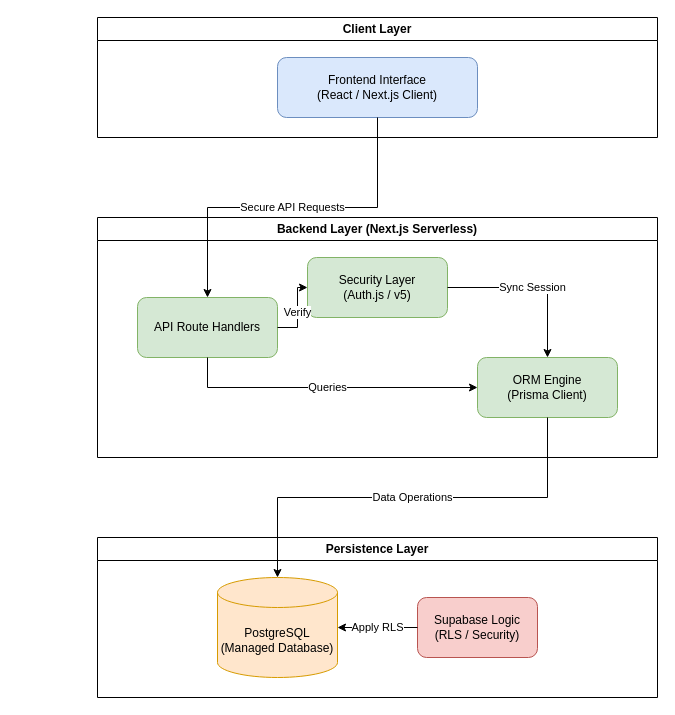
The draw.io diagram architecture.drawio in Devsebastian44/Modern-Esthete, before the edit. Source tidied: cells renumbered, new cells numbered last; positions are measured from the earlier drawing's top-left corner, leaving out a move shared by most shapes. Both pictures are drawn from the tidied source at 100%, with x=0, y=0 at pixel (97, 17).
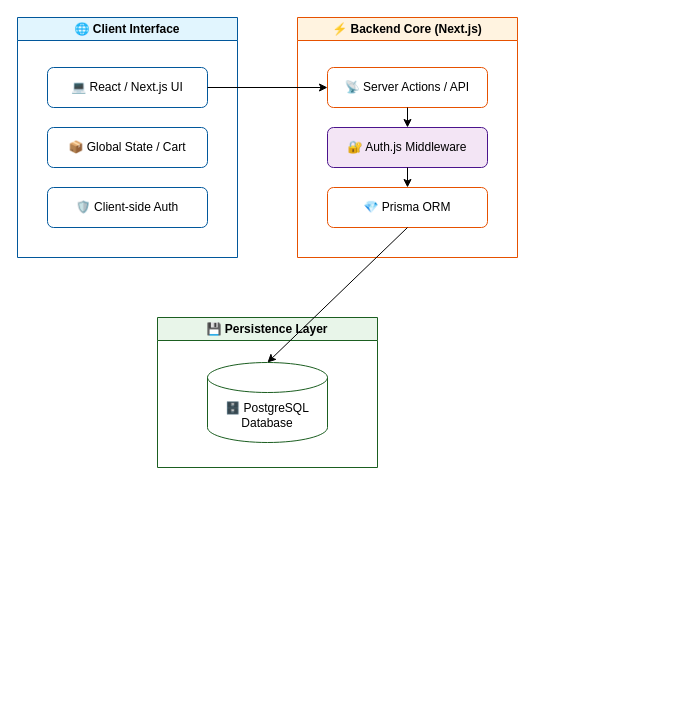
Above is the later version.

Change to the diagram source:
```diff
@@
 <mxGraphModel>
   <root>
     <mxCell id="0" />
     <mxCell id="1" parent="0" />
-    <mxCell id="2" value="Client Layer" style="swimlane;whiteSpace=wrap;html=1;fontStyle=1;startSize=23;" parent="1" vertex="1">
-      <mxGeometry width="560" height="120" as="geometry" />
-    </mxCell>
+    <mxCell id="17" value="🌐 Client Interface" style="swimlane;whiteSpace=wrap;html=1;fillColor=#e1f5fe;strokeColor=#01579b;startSize=23;" parent="1" vertex="1">
+      <mxGeometry x="-80" width="220" height="240" as="geometry" />
+    </mxCell>
-    <mxCell id="3" value="Frontend Interface&lt;br&gt;(React / Next.js Client)" style="rounded=1;whiteSpace=wrap;html=1;fillColor=#dae8fc;strokeColor=#6c8ebf;" parent="2" vertex="1">
-      <mxGeometry x="180" y="40" width="200" height="60" as="geometry" />
+    <mxCell id="3" value="💻 React / Next.js UI" style="rounded=1;whiteSpace=wrap;html=1;fillColor=#ffffff;strokeColor=#01579b;" parent="17" vertex="1">
+      <mxGeometry x="30" y="50" width="160" height="40" as="geometry" />
     </mxCell>
-    <mxCell id="4" value="Backend Layer (Next.js Serverless)" style="swimlane;whiteSpace=wrap;html=1;fontStyle=1;startSize=23;" parent="1" vertex="1">
-      <mxGeometry y="200" width="560" height="240" as="geometry" />
-    </mxCell>
+    <mxCell id="18" value="📦 Global State / Cart" style="rounded=1;whiteSpace=wrap;html=1;fillColor=#ffffff;strokeColor=#01579b;" parent="17" vertex="1">
+      <mxGeometry x="30" y="110" width="160" height="40" as="geometry" />
+    </mxCell>
+    <mxCell id="19" value="🛡️ Client-side Auth" style="rounded=1;whiteSpace=wrap;html=1;fillColor=#ffffff;strokeColor=#01579b;" parent="17" vertex="1">
+      <mxGeometry x="30" y="170" width="160" height="40" as="geometry" />
+    </mxCell>
+    <mxCell id="20" value="⚡ Backend Core (Next.js)" style="swimlane;whiteSpace=wrap;html=1;fillColor=#fff3e0;strokeColor=#e65100;" parent="1" vertex="1">
+      <mxGeometry x="200" width="220" height="240" as="geometry" />
+    </mxCell>
-    <mxCell id="5" value="API Route Handlers" style="rounded=1;whiteSpace=wrap;html=1;fillColor=#d5e8d4;strokeColor=#82b366;" parent="4" vertex="1">
-      <mxGeometry x="40" y="80" width="140" height="60" as="geometry" />
+    <mxCell id="5" value="📡 Server Actions / API" style="rounded=1;whiteSpace=wrap;html=1;fillColor=#ffffff;strokeColor=#e65100;" parent="20" vertex="1">
+      <mxGeometry x="30" y="50" width="160" height="40" as="geometry" />
     </mxCell>
-    <mxCell id="6" value="Security Layer&lt;br&gt;(Auth.js / v5)" style="rounded=1;whiteSpace=wrap;html=1;fillColor=#d5e8d4;strokeColor=#82b366;" parent="4" vertex="1">
-      <mxGeometry x="210" y="40" width="140" height="60" as="geometry" />
+    <mxCell id="6" value="🔐 Auth.js Middleware" style="rounded=1;whiteSpace=wrap;html=1;fillColor=#f3e5f5;strokeColor=#4a148c;" parent="20" vertex="1">
+      <mxGeometry x="30" y="110" width="160" height="40" as="geometry" />
     </mxCell>
-    <mxCell id="7" value="ORM Engine&lt;br&gt;(Prisma Client)" style="rounded=1;whiteSpace=wrap;html=1;fillColor=#d5e8d4;strokeColor=#82b366;" parent="4" vertex="1">
-      <mxGeometry x="380" y="140" width="140" height="60" as="geometry" />
+    <mxCell id="7" value="💎 Prisma ORM" style="rounded=1;whiteSpace=wrap;html=1;fillColor=#ffffff;strokeColor=#e65100;" parent="20" vertex="1">
+      <mxGeometry x="30" y="170" width="160" height="40" as="geometry" />
     </mxCell>
-    <mxCell id="8" value="Persistence Layer" style="swimlane;whiteSpace=wrap;html=1;fontStyle=1;startSize=23;" parent="1" vertex="1">
-      <mxGeometry y="520" width="560" height="160" as="geometry" />
-    </mxCell>
+    <mxCell id="21" value="💾 Persistence Layer" style="swimlane;whiteSpace=wrap;html=1;fillColor=#e8f5e9;strokeColor=#1b5e20;" parent="1" vertex="1">
+      <mxGeometry x="60" y="300" width="220" height="150" as="geometry" />
+    </mxCell>
-    <mxCell id="9" value="PostgreSQL&lt;br&gt;(Managed Database)" style="shape=cylinder3;whiteSpace=wrap;html=1;boundedLbl=1;backgroundOutline=1;size=15;fillColor=#ffe6cc;strokeColor=#d79b00;" parent="8" vertex="1">
-      <mxGeometry x="120" y="40" width="120" height="100" as="geometry" />
+    <mxCell id="9" value="🗄️ PostgreSQL Database" style="shape=cylinder3;whiteSpace=wrap;html=1;boundedLbl=1;backgroundOutline=1;size=15;fillColor=#ffffff;strokeColor=#1b5e20;" parent="21" vertex="1">
+      <mxGeometry x="50" y="45" width="120" height="80" as="geometry" />
     </mxCell>
-    <mxCell id="10" value="Supabase Logic&lt;br&gt;(RLS / Security)" style="rounded=1;whiteSpace=wrap;html=1;fillColor=#f8cecc;strokeColor=#b85450;" parent="8" vertex="1">
-      <mxGeometry x="320" y="60" width="120" height="60" as="geometry" />
-    </mxCell>
-    <mxCell id="11" value="Secure API Requests" style="edgeStyle=orthogonalEdgeStyle;rounded=0;jettySize=auto;html=1;exitX=0.5;exitY=1;exitDx=0;exitDy=0;entryX=0.5;entryY=0;entryDx=0;entryDy=0;" parent="1" edge="1" source="3" target="5">
+    <mxCell id="11" style="endArrow=classic;html=1;exitX=1;exitY=0.5;exitDx=0;exitDy=0;entryX=0;entryY=0.5;entryDx=0;entryDy=0;" parent="1" edge="1" source="3" target="5">
       <mxGeometry relative="1" as="geometry" />
     </mxCell>
-    <mxCell id="12" value="Verify" style="edgeStyle=orthogonalEdgeStyle;rounded=0;jettySize=auto;html=1;exitX=1;exitY=0.5;exitDx=0;exitDy=0;entryX=0;entryY=0.5;entryDx=0;entryDy=0;" parent="4" edge="1" source="5" target="6">
+    <mxCell id="12" style="endArrow=classic;html=1;exitX=0.5;exitY=1;exitDx=0;exitDy=0;entryX=0.5;entryY=0;entryDx=0;entryDy=0;" parent="1" edge="1" source="5" target="6">
       <mxGeometry relative="1" as="geometry" />
     </mxCell>
-    <mxCell id="13" value="Queries" style="edgeStyle=orthogonalEdgeStyle;rounded=0;jettySize=auto;html=1;exitX=0.5;exitY=1;exitDx=0;exitDy=0;entryX=0;entryY=0.5;entryDx=0;entryDy=0;" parent="4" edge="1" source="5" target="7">
-      <mxGeometry relative="1" as="geometry">
-        <Array as="points">
-          <mxPoint x="110" y="170" />
-        </Array>
-      </mxGeometry>
-    </mxCell>
-    <mxCell id="14" value="Sync Session" style="edgeStyle=orthogonalEdgeStyle;rounded=0;jettySize=auto;html=1;exitX=1;exitY=0.5;exitDx=0;exitDy=0;entryX=0.5;entryY=0;entryDx=0;entryDy=0;" parent="4" edge="1" source="6" target="7">
+    <mxCell id="14" style="endArrow=classic;html=1;exitX=0.5;exitY=1;exitDx=0;exitDy=0;entryX=0.5;entryY=0;entryDx=0;entryDy=0;" parent="1" edge="1" source="6" target="7">
       <mxGeometry relative="1" as="geometry" />
     </mxCell>
-    <mxCell id="15" value="Data Operations" style="edgeStyle=orthogonalEdgeStyle;rounded=0;jettySize=auto;html=1;exitX=0.5;exitY=1;exitDx=0;exitDy=0;entryX=0.5;entryY=0;entryDx=0;entryDy=0;entryPerimeter=0;" parent="1" edge="1" source="7" target="9">
+    <mxCell id="15" style="endArrow=classic;html=1;exitX=0.5;exitY=1;exitDx=0;exitDy=0;entryX=0.5;entryY=0;entryDx=0;entryDy=0;entryPerimeter=0;" parent="1" edge="1" source="7" target="9">
       <mxGeometry relative="1" as="geometry" />
     </mxCell>
-    <mxCell id="16" value="Apply RLS" style="edgeStyle=orthogonalEdgeStyle;rounded=0;jettySize=auto;html=1;exitX=0;exitY=0.5;exitDx=0;exitDy=0;entryX=1;entryY=0.5;entryDx=0;entryDy=0;entryPerimeter=0;" parent="8" edge="1" source="10" target="9">
-      <mxGeometry relative="1" as="geometry" />
-    </mxCell>
   </root>
 </mxGraphModel>
```
